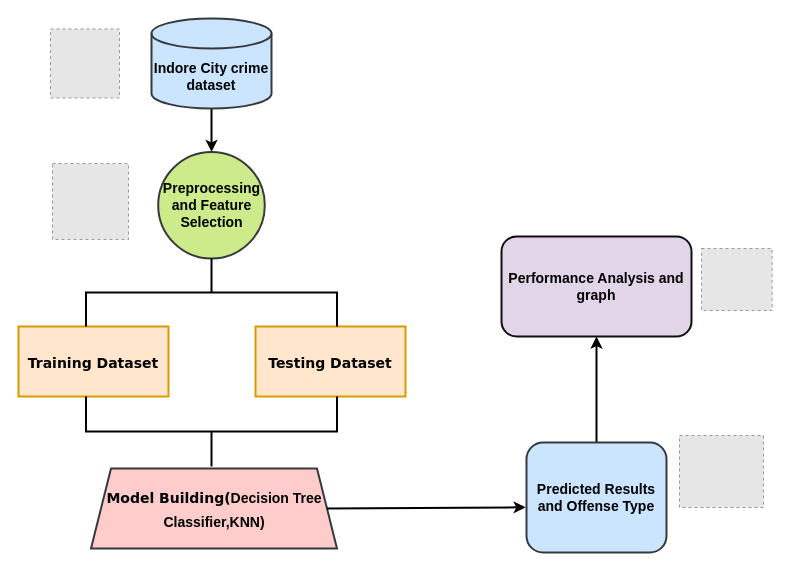
The draw.io diagram Untitled Diagram.drawio in ChanumoluGayathri/System_Design, before the edit. Source tidied: cells renumbered, new cells numbered last; positions are measured from the earlier drawing's top-left corner, leaving out a move shared by most shapes. Both pictures are drawn from the tidied source at 100%, with x=0, y=0 at pixel (18, 18). Pictures stored in the file or linked from it are replaced by grey dashed boxes.
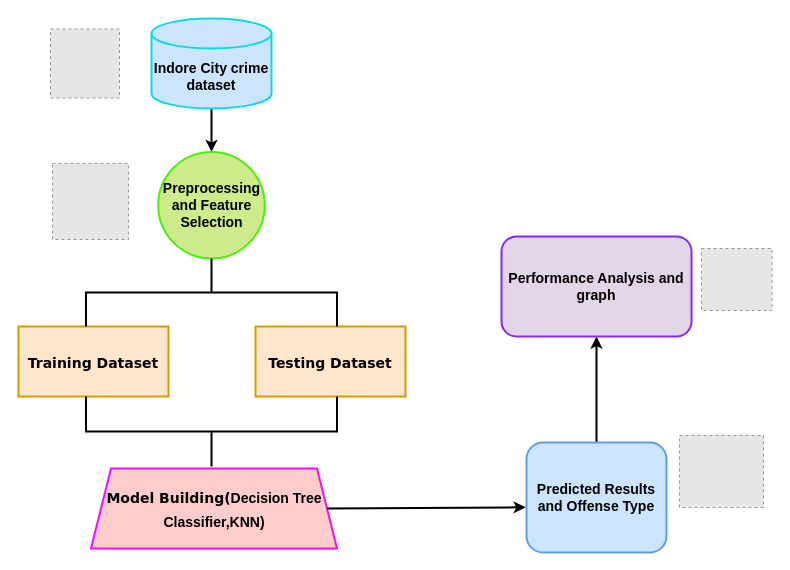
After the change.

What changed in the source:
```diff
@@
 <mxGraphModel>
   <root>
     <mxCell id="0" />
     <mxCell id="1" parent="0" />
     <mxCell id="2" style="edgeStyle=orthogonalEdgeStyle;rounded=0;jettySize=auto;html=1;strokeWidth=2;" parent="1" edge="1" source="3" target="4">
       <mxGeometry relative="1" as="geometry" />
     </mxCell>
-    <mxCell id="3" value="&lt;span style=&quot;font-size: 14px;&quot;&gt;&lt;b&gt;Indore City crime dataset&lt;/b&gt;&lt;/span&gt;" style="shape=cylinder3;whiteSpace=wrap;html=1;boundedLbl=1;backgroundOutline=1;size=15;fillColor=#cce5ff;strokeColor=#36393d;strokeWidth=2;" parent="1" vertex="1">
+    <mxCell id="3" value="&lt;span style=&quot;font-size: 14px;&quot;&gt;&lt;b&gt;Indore City crime dataset&lt;/b&gt;&lt;/span&gt;" style="shape=cylinder3;whiteSpace=wrap;html=1;boundedLbl=1;backgroundOutline=1;size=15;fillColor=#cce5ff;strokeColor=#0fd8e6;strokeWidth=2;" parent="1" vertex="1">
       <mxGeometry x="133" width="120" height="90" as="geometry" />
     </mxCell>
-    <mxCell id="4" value="&lt;b style=&quot;font-size: 14px;&quot;&gt;&lt;font style=&quot;font-size: 14px;&quot;&gt;Preprocessing and Feature S&lt;/font&gt;election&lt;/b&gt;" style="ellipse;whiteSpace=wrap;html=1;fillColor=#cdeb8b;strokeColor=#36393d;strokeWidth=2;" parent="1" vertex="1">
+    <mxCell id="4" value="&lt;b style=&quot;font-size: 14px;&quot;&gt;&lt;font style=&quot;font-size: 14px;&quot;&gt;Preprocessing and Feature S&lt;/font&gt;election&lt;/b&gt;" style="ellipse;whiteSpace=wrap;html=1;fillColor=#cdeb8b;strokeColor=#4cee11;strokeWidth=2;" parent="1" vertex="1">
       <mxGeometry x="139.7" y="133.4" width="106.6" height="106.6" as="geometry" />
     </mxCell>
     <mxCell id="5" style="edgeStyle=orthogonalEdgeStyle;rounded=0;jettySize=auto;html=1;strokeWidth=2;" parent="1" edge="1" source="6" target="7">
       <mxGeometry relative="1" as="geometry" />
     </mxCell>
-    <mxCell id="6" value="&lt;b&gt;&lt;font style=&quot;font-size: 14px;&quot;&gt;Predicted Results and Offense Type&lt;/font&gt;&lt;/b&gt;" style="rounded=1;whiteSpace=wrap;html=1;fillColor=#cce5ff;strokeColor=#36393d;strokeWidth=2;" parent="1" vertex="1">
+    <mxCell id="6" value="&lt;b&gt;&lt;font style=&quot;font-size: 14px;&quot;&gt;Predicted Results and Offense Type&lt;/font&gt;&lt;/b&gt;" style="rounded=1;whiteSpace=wrap;html=1;fillColor=#cce5ff;strokeColor=#629be4;strokeWidth=2;" parent="1" vertex="1">
       <mxGeometry x="508" y="424" width="140" height="110" as="geometry" />
     </mxCell>
-    <mxCell id="7" value="&lt;b&gt;&lt;font style=&quot;font-size: 14px;&quot;&gt;Performance Analysis and graph&lt;/font&gt;&lt;/b&gt;" style="rounded=1;whiteSpace=wrap;html=1;fillColor=#e1d5e7;strokeColor=#0f0f10;strokeWidth=2;" parent="1" vertex="1">
+    <mxCell id="7" value="&lt;b&gt;&lt;font style=&quot;font-size: 14px;&quot;&gt;Performance Analysis and graph&lt;/font&gt;&lt;/b&gt;" style="rounded=1;whiteSpace=wrap;html=1;fillColor=#e1d5e7;strokeColor=#832ced;strokeWidth=2;" parent="1" vertex="1">
       <mxGeometry x="483" y="218" width="190" height="100" as="geometry" />
     </mxCell>
     <mxCell id="8" value="&lt;font size=&quot;1&quot; face=&quot;Verdana&quot;&gt;&lt;b style=&quot;font-size: 14px;&quot;&gt;Training Dataset&lt;/b&gt;&lt;/font&gt;" style="whiteSpace=wrap;html=1;hachureGap=4;fontFamily=Architects Daughter;fontSize=20;fillColor=#ffe6cc;strokeColor=#d79b00;strokeWidth=2;" parent="1" vertex="1">
       <mxGeometry y="308" width="150" height="70" as="geometry" />
     </mxCell>
     <mxCell id="9" value="&lt;font size=&quot;1&quot; face=&quot;Verdana&quot;&gt;&lt;b style=&quot;font-size: 14px;&quot;&gt;Testing Dataset&lt;/b&gt;&lt;/font&gt;" style="rounded=0;whiteSpace=wrap;html=1;hachureGap=4;fontFamily=Architects Daughter;fontSize=20;fillColor=#ffe6cc;strokeColor=#d79b00;strokeWidth=2;" parent="1" vertex="1">
       <mxGeometry x="237" y="308" width="150" height="70" as="geometry" />
     </mxCell>
-    <mxCell id="10" value="&lt;font style=&quot;font-size: 14px;&quot;&gt;&lt;b&gt;&lt;font style=&quot;font-size: 14px;&quot; face=&quot;Verdana&quot;&gt;Model Building(&lt;/font&gt;&lt;span style=&quot;border-color: var(--border-color); font-family: Helvetica;&quot;&gt;&lt;font style=&quot;border-color: var(--border-color); font-size: 14px;&quot;&gt;Decision Tree Classifier,KNN)&lt;/font&gt;&lt;/span&gt;&lt;/b&gt;&lt;/font&gt;" style="shape=trapezoid;perimeter=trapezoidPerimeter;whiteSpace=wrap;html=1;fixedSize=1;fontSize=20;fontFamily=Architects Daughter;hachureGap=4;fillColor=#ffcccc;strokeColor=#36393d;strokeWidth=2;" parent="1" vertex="1">
+    <mxCell id="10" value="&lt;font style=&quot;font-size: 14px;&quot;&gt;&lt;b&gt;&lt;font style=&quot;font-size: 14px;&quot; face=&quot;Verdana&quot;&gt;Model Building(&lt;/font&gt;&lt;span style=&quot;border-color: var(--border-color); font-family: Helvetica;&quot;&gt;&lt;font style=&quot;border-color: var(--border-color); font-size: 14px;&quot;&gt;Decision Tree Classifier,KNN)&lt;/font&gt;&lt;/span&gt;&lt;/b&gt;&lt;/font&gt;" style="shape=trapezoid;perimeter=trapezoidPerimeter;whiteSpace=wrap;html=1;fixedSize=1;fontSize=20;fontFamily=Architects Daughter;hachureGap=4;fillColor=#ffcccc;strokeColor=#f10ff5;strokeWidth=2;" parent="1" vertex="1">
       <mxGeometry x="72.5" y="450" width="246" height="80" as="geometry" />
     </mxCell>
     <mxCell id="11" style="fillColor=#E6E6E6;strokeColor=#999999;dashed=1;verticalLabelPosition=bottom;labelBackgroundColor=default;verticalAlign=top;" parent="1" vertex="1">
       <mxGeometry x="34" y="145" width="76" height="76" as="geometry" />
     </mxCell>
     <mxCell id="12" style="fillColor=#E6E6E6;strokeColor=#999999;dashed=1;verticalLabelPosition=bottom;labelBackgroundColor=default;verticalAlign=top;" parent="1" vertex="1">
       <mxGeometry x="32" y="10.5" width="69" height="69" as="geometry" />
     </mxCell>
     <mxCell id="13" style="fillColor=#E6E6E6;strokeColor=#999999;dashed=1;verticalLabelPosition=bottom;labelBackgroundColor=default;verticalAlign=top;" parent="1" vertex="1">
       <mxGeometry x="683" y="230" width="70.6" height="62" as="geometry" />
     </mxCell>
     <mxCell id="14" style="fillColor=#E6E6E6;strokeColor=#999999;dashed=1;verticalLabelPosition=bottom;labelBackgroundColor=default;verticalAlign=top;" parent="1" vertex="1">
       <mxGeometry x="661" y="417" width="84" height="72" as="geometry" />
     </mxCell>
     <mxCell id="15" style="strokeWidth=2;html=1;shape=mxgraph.flowchart.annotation_2;align=left;labelPosition=right;hachureGap=4;fontFamily=Architects Daughter;fontSize=20;perimeterSpacing=4;direction=south;" parent="1" vertex="1">
       <mxGeometry x="67.5" y="240" width="251" height="68" as="geometry" />
     </mxCell>
     <mxCell id="16" style="strokeWidth=2;html=1;shape=mxgraph.flowchart.annotation_2;align=left;labelPosition=right;hachureGap=4;fontFamily=Architects Daughter;fontSize=20;perimeterSpacing=4;direction=north;" parent="1" vertex="1">
       <mxGeometry x="67.5" y="378" width="251" height="70" as="geometry" />
     </mxCell>
     <mxCell id="17" style="endArrow=classic;html=1;rounded=0;hachureGap=4;fontFamily=Architects Daughter;fontSize=16;exitX=1;exitY=0.5;exitDx=0;exitDy=0;entryX=-0.006;entryY=0.589;entryDx=0;entryDy=0;entryPerimeter=0;strokeWidth=2;" parent="1" edge="1" source="10" target="6">
       <mxGeometry relative="1" as="geometry" />
     </mxCell>
   </root>
 </mxGraphModel>
```
